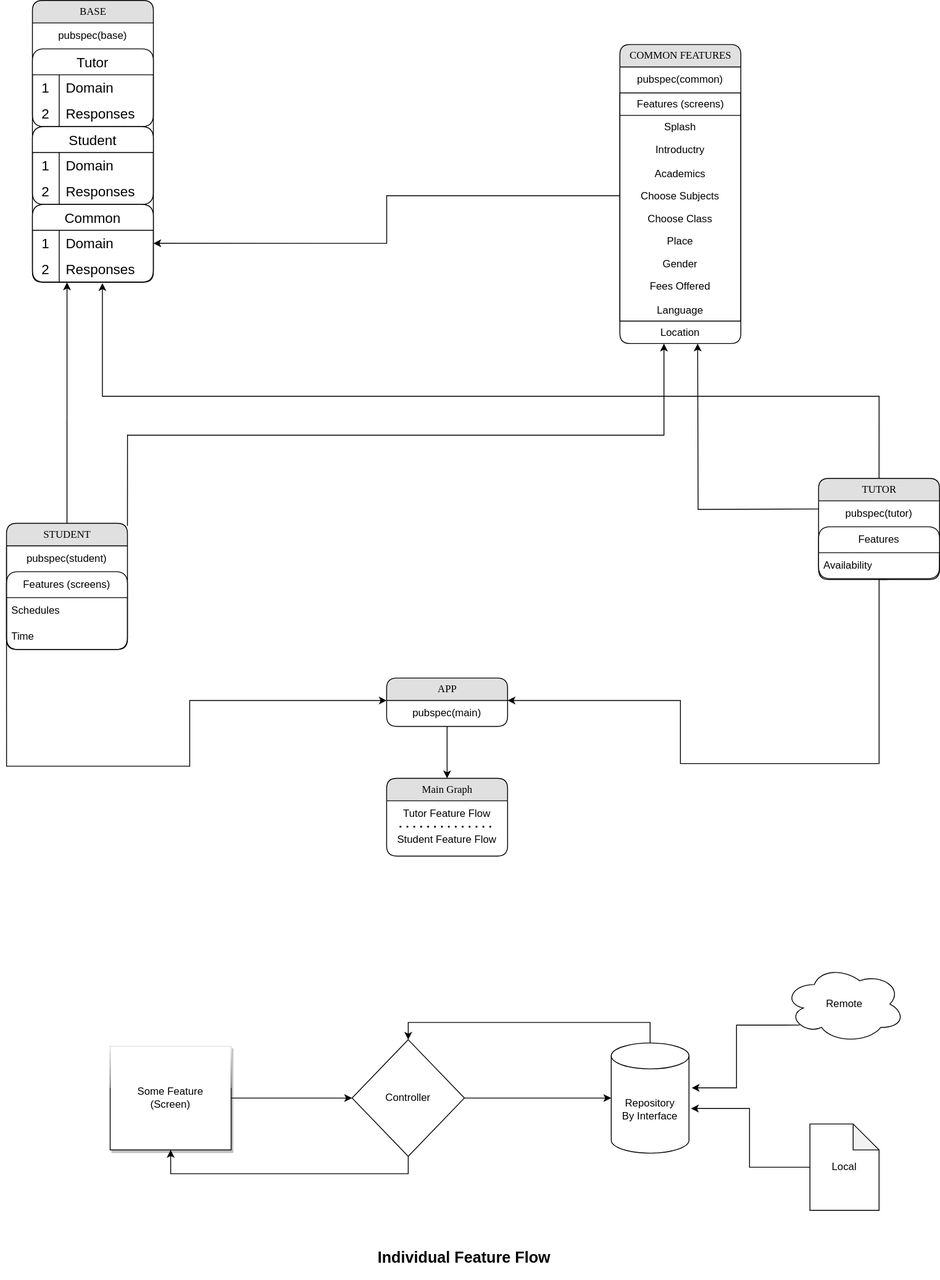
The draw.io diagram tutor_student_app_architechture.drawio.svg in rohit7823/web_socket_example, before a commit. Source tidied: cells renumbered, new cells last; positions are measured from the earlier drawing's top-left corner, leaving out a move shared by most shapes.
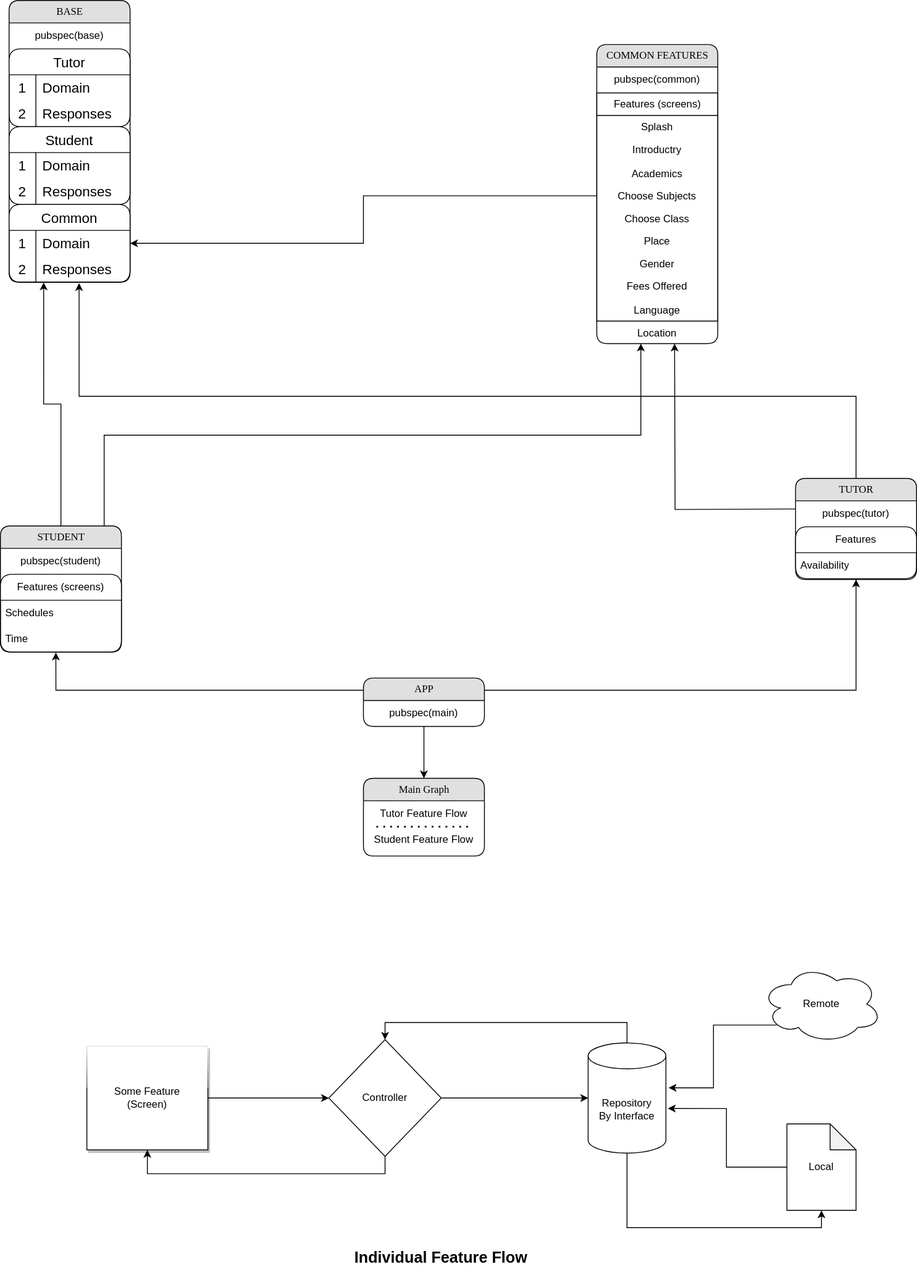
The same diagram one commit later.

What changed in the source:
```diff
@@ -2,6 +2,9 @@
   <root>
     <mxCell id="0" />
     <mxCell id="1" parent="0" />
+    <mxCell id="73" style="edgeStyle=orthogonalEdgeStyle;rounded=0;jettySize=auto;html=1;exitX=1;exitY=0.25;exitDx=0;exitDy=0;entryX=0.5;entryY=1;entryDx=0;entryDy=0;" parent="1" edge="1" source="2" target="28">
+      <mxGeometry relative="1" as="geometry" />
+    </mxCell>
     <mxCell id="2" value="APP" style="swimlane;html=1;fontStyle=0;horizontal=1;startSize=26;fillColor=#e0e0e0;swimlaneFillColor=#ffffff;align=center;rounded=1;shadow=0;comic=0;labelBackgroundColor=none;strokeWidth=1;fontFamily=Verdana;fontSize=12;" parent="1" vertex="1">
       <mxGeometry x="440" y="784" width="140" height="56" as="geometry" />
     </mxCell>
@@ -30,7 +33,7 @@
       <mxGeometry relative="1" as="geometry" />
     </mxCell>
     <mxCell id="9" value="STUDENT" style="swimlane;html=1;fontStyle=0;horizontal=1;startSize=26;fillColor=#e0e0e0;swimlaneFillColor=#ffffff;align=center;rounded=1;shadow=0;comic=0;labelBackgroundColor=none;strokeWidth=1;fontFamily=Verdana;fontSize=12;" parent="1" vertex="1">
-      <mxGeometry y="605" width="140" height="146" as="geometry" />
+      <mxGeometry x="20" y="608" width="140" height="146" as="geometry" />
     </mxCell>
     <mxCell id="10" value="pubspec(student)" style="text;html=1;strokeColor=none;fillColor=none;align=center;verticalAlign=middle;whiteSpace=wrap;rounded=0;" parent="9" vertex="1">
       <mxGeometry y="26" width="140" height="30" as="geometry" />
@@ -175,25 +178,6 @@
     <mxCell id="54" value="Responses" style="shape=partialRectangle;html=1;whiteSpace=wrap;fillColor=none;top=0;left=0;bottom=0;right=0;align=left;spacingLeft=6;overflow=hidden;strokeColor=inherit;fontSize=16;" parent="52" vertex="1">
       <mxGeometry x="31" width="109" height="30" as="geometry" />
     </mxCell>
-    <mxCell id="55" style="edgeStyle=orthogonalEdgeStyle;rounded=0;jettySize=auto;html=1;exitX=0;exitY=0;exitDx=0;exitDy=0;entryX=0;entryY=0;entryDx=0;entryDy=0;" parent="1" edge="1" source="10" target="3">
-      <mxGeometry relative="1" as="geometry">
-        <Array as="points">
-          <mxPoint y="886" />
-          <mxPoint x="212" y="886" />
-          <mxPoint x="212" y="810" />
-        </Array>
-      </mxGeometry>
-    </mxCell>
-    <mxCell id="56" style="edgeStyle=orthogonalEdgeStyle;rounded=0;jettySize=auto;html=1;exitX=0.571;exitY=1.033;exitDx=0;exitDy=0;entryX=1;entryY=0;entryDx=0;entryDy=0;exitPerimeter=0;" parent="1" edge="1" source="31" target="3">
-      <mxGeometry relative="1" as="geometry">
-        <Array as="points">
-          <mxPoint x="1010" y="670" />
-          <mxPoint x="1010" y="883" />
-          <mxPoint x="780" y="883" />
-          <mxPoint x="780" y="810" />
-        </Array>
-      </mxGeometry>
-    </mxCell>
     <mxCell id="57" style="edgeStyle=orthogonalEdgeStyle;rounded=0;jettySize=auto;html=1;exitX=0.5;exitY=0;exitDx=0;exitDy=0;entryX=0.286;entryY=1.008;entryDx=0;entryDy=0;entryPerimeter=0;" parent="1" edge="1" source="9" target="52">
       <mxGeometry relative="1" as="geometry" />
     </mxCell>
@@ -253,5 +237,11 @@
     <mxCell id="72" style="edgeStyle=orthogonalEdgeStyle;rounded=0;jettySize=auto;html=1;exitX=0.13;exitY=0.77;exitDx=0;exitDy=0;exitPerimeter=0;entryX=1.035;entryY=0.407;entryDx=0;entryDy=0;entryPerimeter=0;" parent="1" edge="1" source="68" target="67">
       <mxGeometry relative="1" as="geometry" />
     </mxCell>
+    <mxCell id="74" style="edgeStyle=orthogonalEdgeStyle;rounded=0;jettySize=auto;html=1;exitX=0;exitY=0.25;exitDx=0;exitDy=0;entryX=0.458;entryY=1.016;entryDx=0;entryDy=0;entryPerimeter=0;" parent="1" edge="1" source="2" target="13">
+      <mxGeometry relative="1" as="geometry" />
+    </mxCell>
+    <mxCell id="75" style="edgeStyle=orthogonalEdgeStyle;rounded=0;jettySize=auto;html=1;exitX=0.5;exitY=1;exitDx=0;exitDy=0;exitPerimeter=0;entryX=0.5;entryY=1;entryDx=0;entryDy=0;entryPerimeter=0;" parent="1" edge="1" source="67" target="69">
+      <mxGeometry relative="1" as="geometry" />
+    </mxCell>
   </root>
 </mxGraphModel>
```
